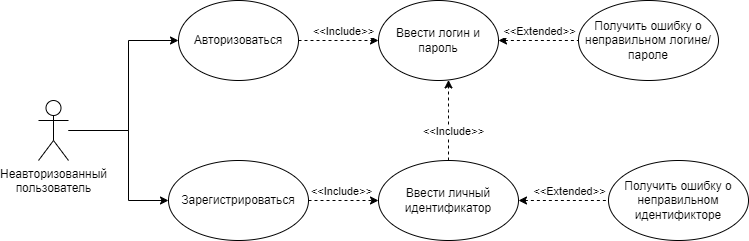
Earlier version of the draw.io export Diagrams/Use Case Diagrams/Диаграмма прецедентов(Неавторизованный пользователь).png (daniilShestopalov/Group_project_on_programming-_technologies-ProjectPal-). Source tidied: cells renumbered, new cells last; positions are measured from the earlier drawing's top-left corner, leaving out a move shared by most shapes.
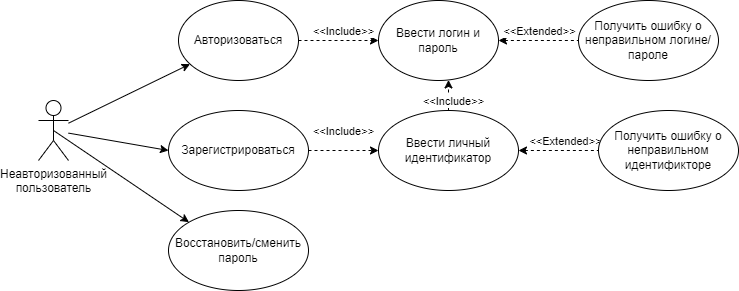
The same file after the commit.

Change to the diagram source:
```diff
@@ -10,17 +10,9 @@
     </mxCell>
     <mxCell id="4" value="&amp;lt;&amp;lt;Include&amp;gt;&amp;gt;" style="edgeLabel;html=1;align=center;verticalAlign=middle;" parent="3" vertex="1">
       <mxGeometry x="-0.21" relative="1" as="geometry">
-        <mxPoint x="10" y="150" as="offset" />
+        <mxPoint x="12" y="90" as="offset" />
       </mxGeometry>
     </mxCell>
-    <mxCell id="5" style="edgeStyle=orthogonalEdgeStyle;rounded=0;jettySize=auto;html=1;entryX=0;entryY=0.5;entryDx=0;entryDy=0;" parent="1" edge="1" source="2" target="6">
-      <mxGeometry relative="1" as="geometry">
-        <Array as="points">
-          <mxPoint x="90" y="130" />
-          <mxPoint x="90" y="40" />
-        </Array>
-      </mxGeometry>
-    </mxCell>
     <mxCell id="6" value="Авторизоваться" style="ellipse;whiteSpace=wrap;html=1;" parent="1" vertex="1">
       <mxGeometry x="140" width="120" height="80" as="geometry" />
     </mxCell>
@@ -41,16 +33,8 @@
     <mxCell id="11" style="edgeStyle=orthogonalEdgeStyle;rounded=0;jettySize=auto;html=1;dashed=1;" parent="1" edge="1" source="13" target="17">
       <mxGeometry relative="1" as="geometry" />
     </mxCell>
-    <mxCell id="12" style="edgeStyle=orthogonalEdgeStyle;rounded=0;jettySize=auto;html=1;exitX=0;exitY=0.5;exitDx=0;exitDy=0;endArrow=none;endFill=0;startArrow=classic;startFill=1;" parent="1" edge="1" source="13" target="2">
-      <mxGeometry relative="1" as="geometry">
-        <Array as="points">
-          <mxPoint x="90" y="200" />
-          <mxPoint x="90" y="130" />
-        </Array>
-      </mxGeometry>
-    </mxCell>
     <mxCell id="13" value="Зарегистрироваться" style="ellipse;whiteSpace=wrap;html=1;" parent="1" vertex="1">
-      <mxGeometry x="130" y="160" width="140" height="80" as="geometry" />
+      <mxGeometry x="130" y="110" width="140" height="80" as="geometry" />
     </mxCell>
     <mxCell id="14" style="edgeStyle=orthogonalEdgeStyle;rounded=0;jettySize=auto;html=1;dashed=1;endArrow=none;endFill=0;startArrow=classic;startFill=1;" parent="1" edge="1" source="17" target="18">
       <mxGeometry relative="1" as="geometry" />
@@ -69,10 +53,10 @@
       </mxGeometry>
     </mxCell>
     <mxCell id="17" value="Ввести личный  идентификатор" style="ellipse;whiteSpace=wrap;html=1;" parent="1" vertex="1">
-      <mxGeometry x="340" y="160" width="140" height="80" as="geometry" />
+      <mxGeometry x="340" y="110" width="140" height="80" as="geometry" />
     </mxCell>
     <mxCell id="18" value="Получить ошибку о неправильном  идентификторе" style="ellipse;whiteSpace=wrap;html=1;" parent="1" vertex="1">
-      <mxGeometry x="570" y="160" width="140" height="80" as="geometry" />
+      <mxGeometry x="560" y="110" width="140" height="80" as="geometry" />
     </mxCell>
     <mxCell id="19" value="&amp;lt;&amp;lt;Include&amp;gt;&amp;gt;" style="edgeLabel;html=1;align=center;verticalAlign=middle;" parent="1" vertex="1">
       <mxGeometry x="300" y="30" as="geometry">
@@ -80,9 +64,21 @@
       </mxGeometry>
     </mxCell>
     <mxCell id="20" value="&amp;lt;&amp;lt;Include&amp;gt;&amp;gt;" style="edgeLabel;html=1;align=center;verticalAlign=middle;" parent="1" vertex="1">
-      <mxGeometry x="410" y="130" as="geometry">
+      <mxGeometry x="410" y="100" as="geometry">
         <mxPoint x="4" as="offset" />
       </mxGeometry>
     </mxCell>
+    <mxCell id="21" value="Восстановить/сменить пароль" style="ellipse;whiteSpace=wrap;html=1;" parent="1" vertex="1">
+      <mxGeometry x="130" y="210" width="140" height="80" as="geometry" />
+    </mxCell>
+    <mxCell id="5" style="endArrow=classic;html=1;rounded=0;" parent="1" edge="1" source="2" target="6">
+      <mxGeometry relative="1" as="geometry" />
+    </mxCell>
+    <mxCell id="22" style="endArrow=classic;html=1;rounded=0;entryX=0;entryY=0.5;entryDx=0;entryDy=0;" parent="1" edge="1" source="2" target="13">
+      <mxGeometry relative="1" as="geometry" />
+    </mxCell>
+    <mxCell id="23" style="endArrow=classic;html=1;rounded=0;entryX=0;entryY=0;entryDx=0;entryDy=0;exitX=0.5;exitY=0.5;exitDx=0;exitDy=0;exitPerimeter=0;" parent="1" edge="1" source="2" target="21">
+      <mxGeometry relative="1" as="geometry" />
+    </mxCell>
   </root>
 </mxGraphModel>
```
